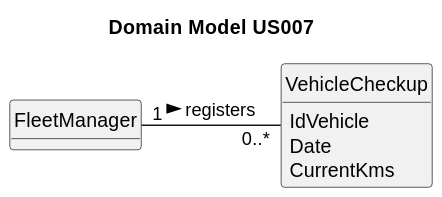
Above: docs/sprintA/us007/02.analysis/svg/us007-domain-model.svg in ricardomm7/leaflink (PlantUML), before the change.
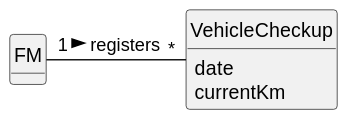
Later version of the same file.

What changed in the source:
```diff
@@ -9,17 +9,15 @@
 hide circle
 hide methods
 
-title Domain Model US007
-
-class FleetManager {
+class FM {
 
 }
 
 class VehicleCheckup {
-    IdVehicle
-    Date
-    CurrentKms
+    date
+    currentKm
+
 }
 
-FleetManager "1" - "0..*" VehicleCheckup : registers >
+FM "1" - "*" VehicleCheckup : registers >
 @enduml
```
